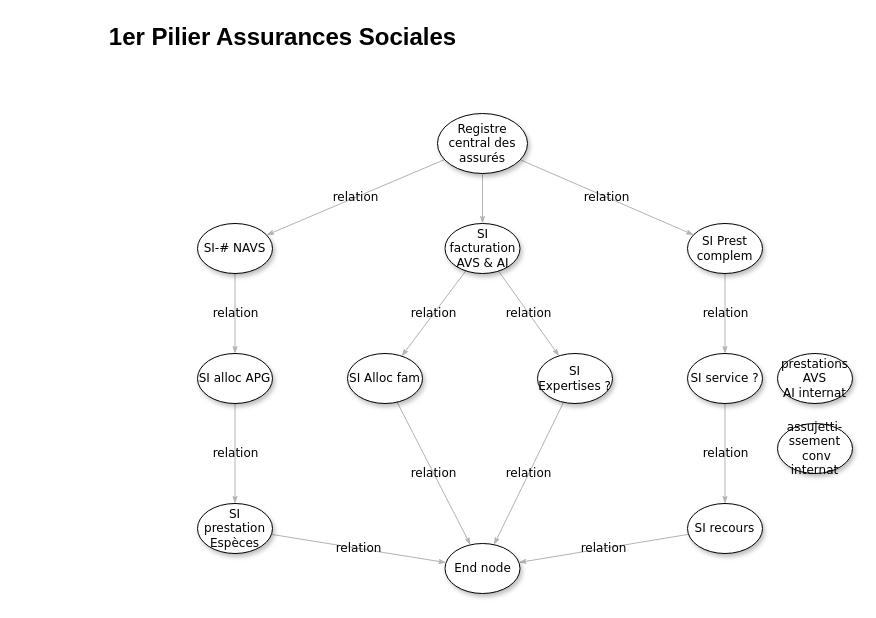
Before: page "SystèmesCdC" (2 of 2) of CdC-context.drawio in Helena-Zuk/github-slideshow, a draw.io diagram. Source tidied: cells renumbered, new cells numbered last; positions are measured from the earlier drawing's top-left corner, leaving out a move shared by most shapes. Both pictures are drawn from the tidied source at 100%, with x=0, y=0 at pixel (72, 17).
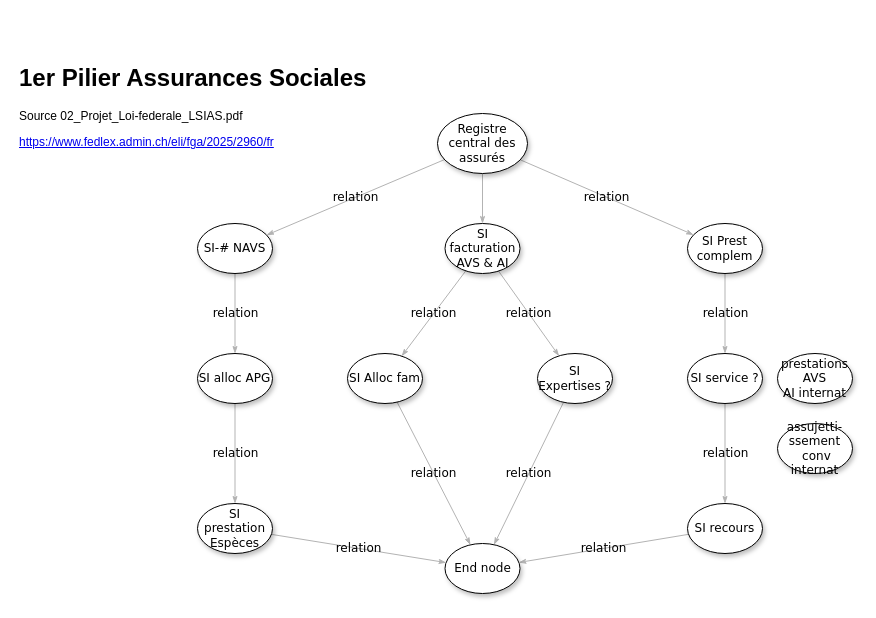
The same page after the edit.

What changed in the source:
```diff
@@
-    <mxCell id="28" value="1er Pilier Assurances Sociales" style="text;strokeColor=none;fillColor=none;html=1;fontSize=24;fontStyle=1;verticalAlign=middle;align=center;" parent="1" vertex="1">
-      <mxGeometry width="420" height="40" as="geometry" />
-    </mxCell>
+    <mxCell id="29" value="&lt;h1 style=&quot;margin-top: 0px;&quot;&gt;&lt;span style=&quot;text-align: center; white-space: nowrap;&quot;&gt;1er Pilier Assurances Sociales&lt;/span&gt;&lt;br&gt;&lt;/h1&gt;&lt;p&gt;Source&amp;nbsp;02_Projet_Loi-federale_LSIAS.pdf&lt;/p&gt;&lt;p&gt;&lt;a href=&quot;https://www.fedlex.admin.ch/eli/fga/2025/2960/fr&quot;&gt;https://www.fedlex.admin.ch/eli/fga/2025/2960/fr&lt;/a&gt;&lt;br&gt;&lt;/p&gt;&lt;p&gt;&lt;br&gt;&lt;/p&gt;" style="text;html=1;whiteSpace=wrap;overflow=hidden;rounded=0;" parent="1" vertex="1">
+      <mxGeometry x="-55" y="40" width="415" height="120" as="geometry" />
+    </mxCell>
```
